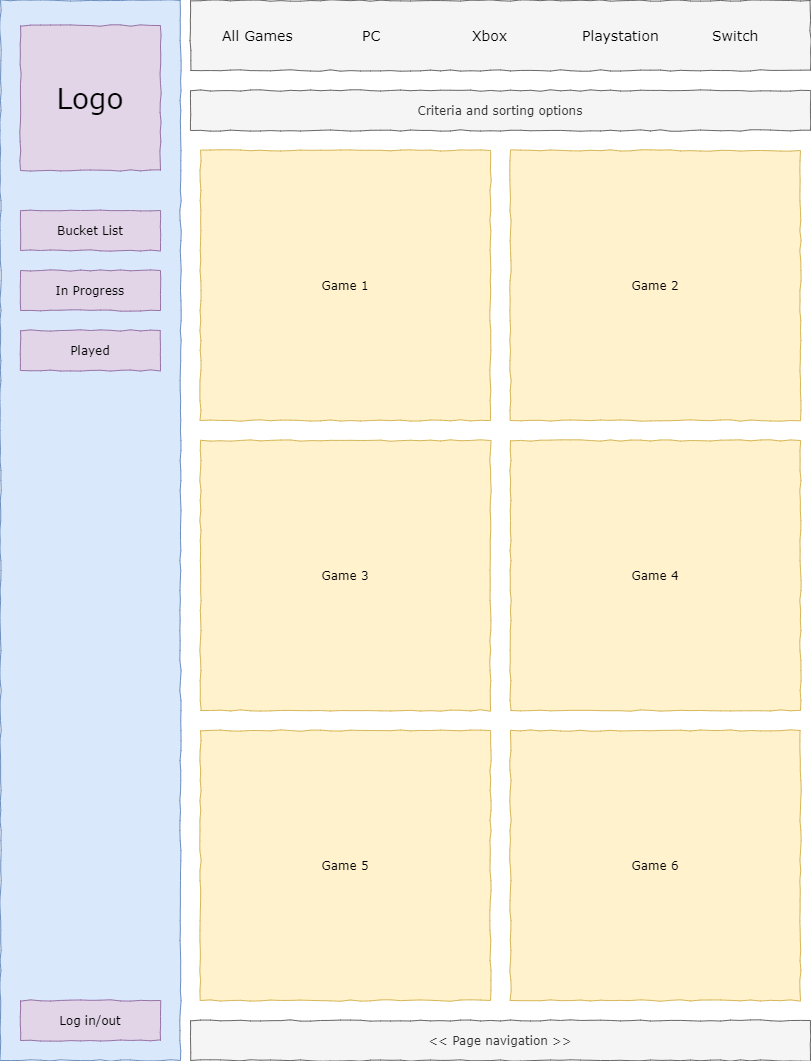
Before: wireframe.png, a diagram exported from draw.io (chops77/week7-assignment). Source tidied: cells renumbered, new cells last; positions are measured from the earlier drawing's top-left corner, leaving out a move shared by most shapes.
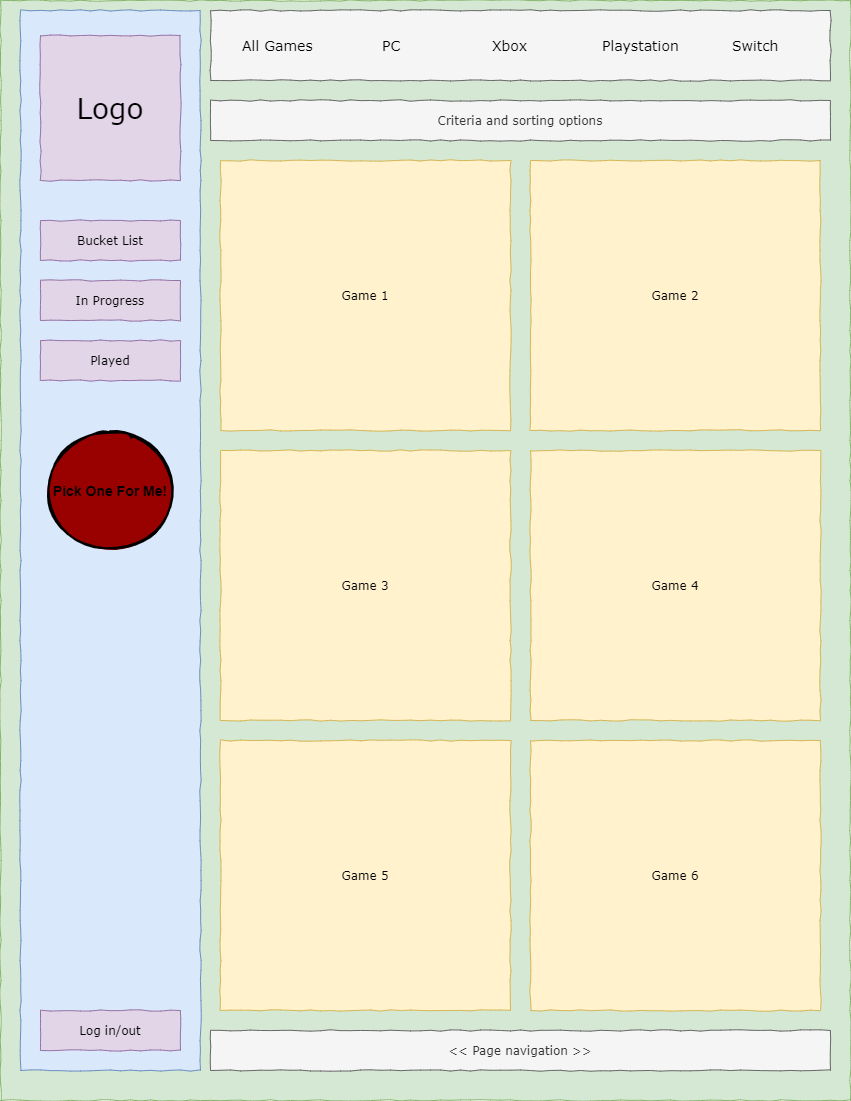
The same diagram one commit later.

Change to the diagram source:
```diff
@@ -2,6 +2,9 @@
   <root>
     <mxCell id="0" />
     <mxCell id="1" parent="0" />
+    <mxCell id="22" value="Game 1" style="whiteSpace=wrap;html=1;rounded=0;shadow=0;labelBackgroundColor=none;strokeWidth=1;fillColor=#d5e8d4;fontFamily=Verdana;fontSize=12;align=center;comic=1;strokeColor=#82b366;" parent="1" vertex="1">
+      <mxGeometry x="-20" y="-10" width="850" height="1100" as="geometry" />
+    </mxCell>
     <mxCell id="2" style="whiteSpace=wrap;html=1;rounded=0;shadow=0;labelBackgroundColor=none;strokeColor=#6c8ebf;strokeWidth=1;fillColor=#dae8fc;fontFamily=Verdana;fontSize=12;align=center;comic=1;" parent="1" vertex="1">
       <mxGeometry width="180" height="1060" as="geometry" />
     </mxCell>
@@ -62,5 +65,8 @@
     <mxCell id="21" value="Logo" style="whiteSpace=wrap;html=1;rounded=0;shadow=0;labelBackgroundColor=none;strokeWidth=1;fontFamily=Verdana;fontSize=28;align=center;comic=1;fillColor=#e1d5e7;strokeColor=#9673a6;" parent="1" vertex="1">
       <mxGeometry x="20" y="25" width="140" height="145" as="geometry" />
     </mxCell>
+    <mxCell id="23" value="&lt;b&gt;&lt;font style=&quot;font-size: 14px&quot;&gt;Pick One For Me!&lt;/font&gt;&lt;/b&gt;" style="ellipse;whiteSpace=wrap;html=1;strokeWidth=2;fillWeight=2;hachureGap=8;fillColor=#990000;fillStyle=solid;sketch=1;rounded=0;" parent="1" vertex="1">
+      <mxGeometry x="30" y="420" width="120" height="120" as="geometry" />
+    </mxCell>
   </root>
 </mxGraphModel>
```
